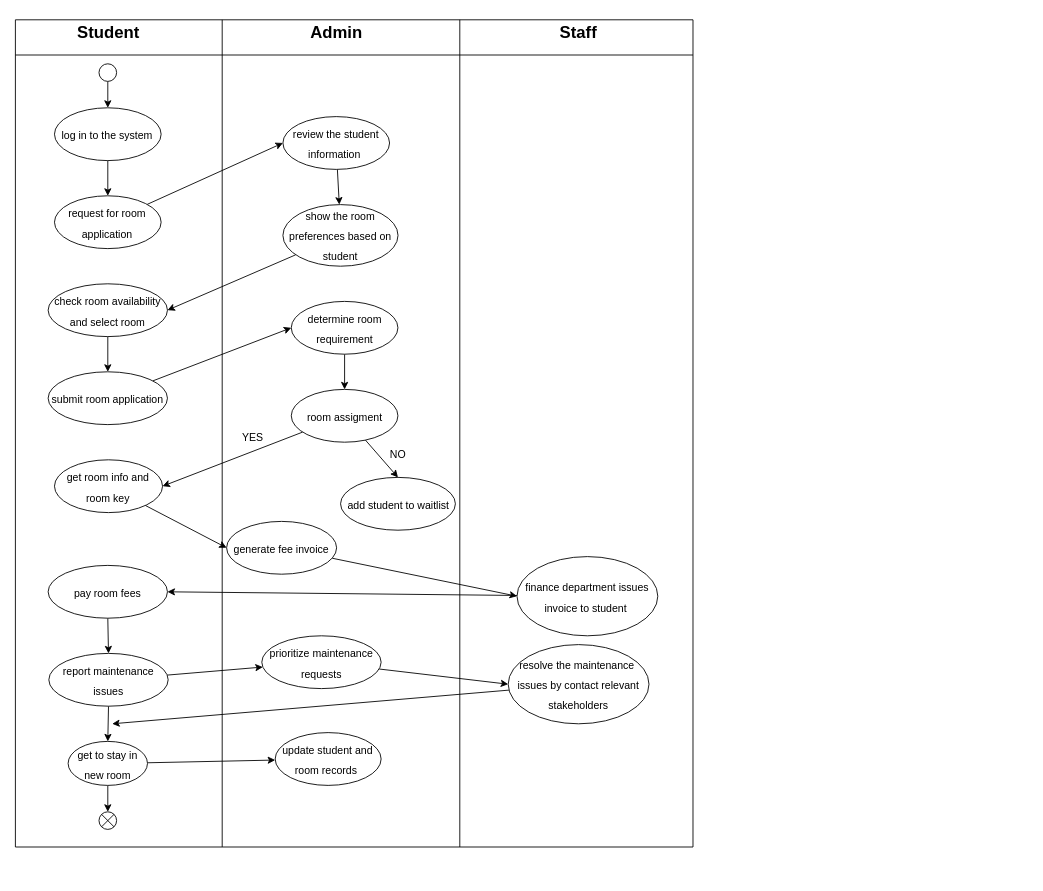
The draw.io diagram page "activity_diagram" (4 of 4) of project/drawio/stakeholder/UML.drawio in drshahizan/software-engineering, before the edit. Source tidied: cells renumbered, new cells numbered last; positions are measured from the earlier drawing's top-left corner, leaving out a move shared by most shapes. Both pictures are drawn from the tidied source at 88%, with x=0, y=0 at pixel (15, 15).
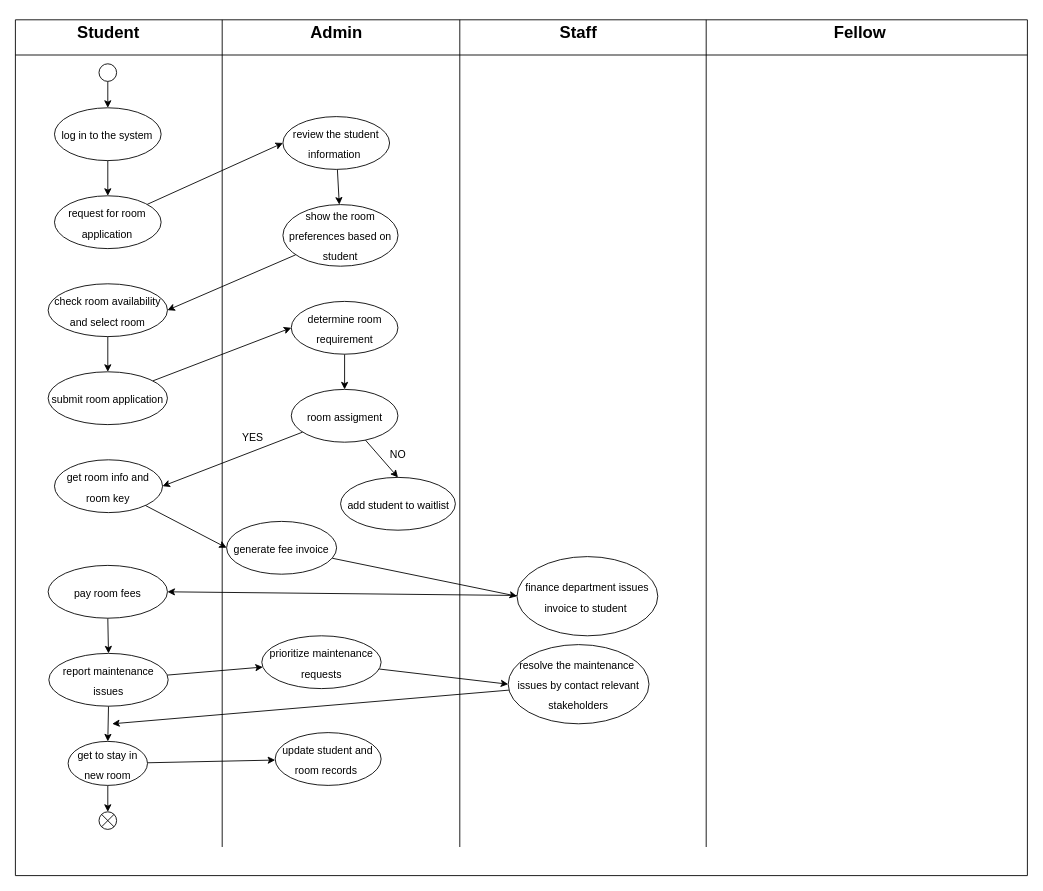
After the change.

Change to the diagram source:
```diff
@@
     <mxCell id="2" style="swimlane;startSize=40;fontSize=19;" parent="1" vertex="1">
-      <mxGeometry y="5" width="770" height="940" as="geometry" />
+      <mxGeometry y="5" width="1150" height="972.5" as="geometry" />
     </mxCell>
@@
+    <mxCell id="50" style="line;strokeWidth=1;direction=south;html=1;perimeter=backbonePerimeter;" parent="2" vertex="1">
+      <mxGeometry x="780" width="10" height="940" as="geometry" />
+    </mxCell>
+    <mxCell id="51" value="&lt;b&gt;Fellow&lt;/b&gt;" style="text;html=1;strokeColor=none;fillColor=none;align=center;verticalAlign=middle;whiteSpace=wrap;rounded=0;fontSize=19;" parent="2" vertex="1">
+      <mxGeometry x="890" y="-2.5" width="140" height="35" as="geometry" />
+    </mxCell>
```
